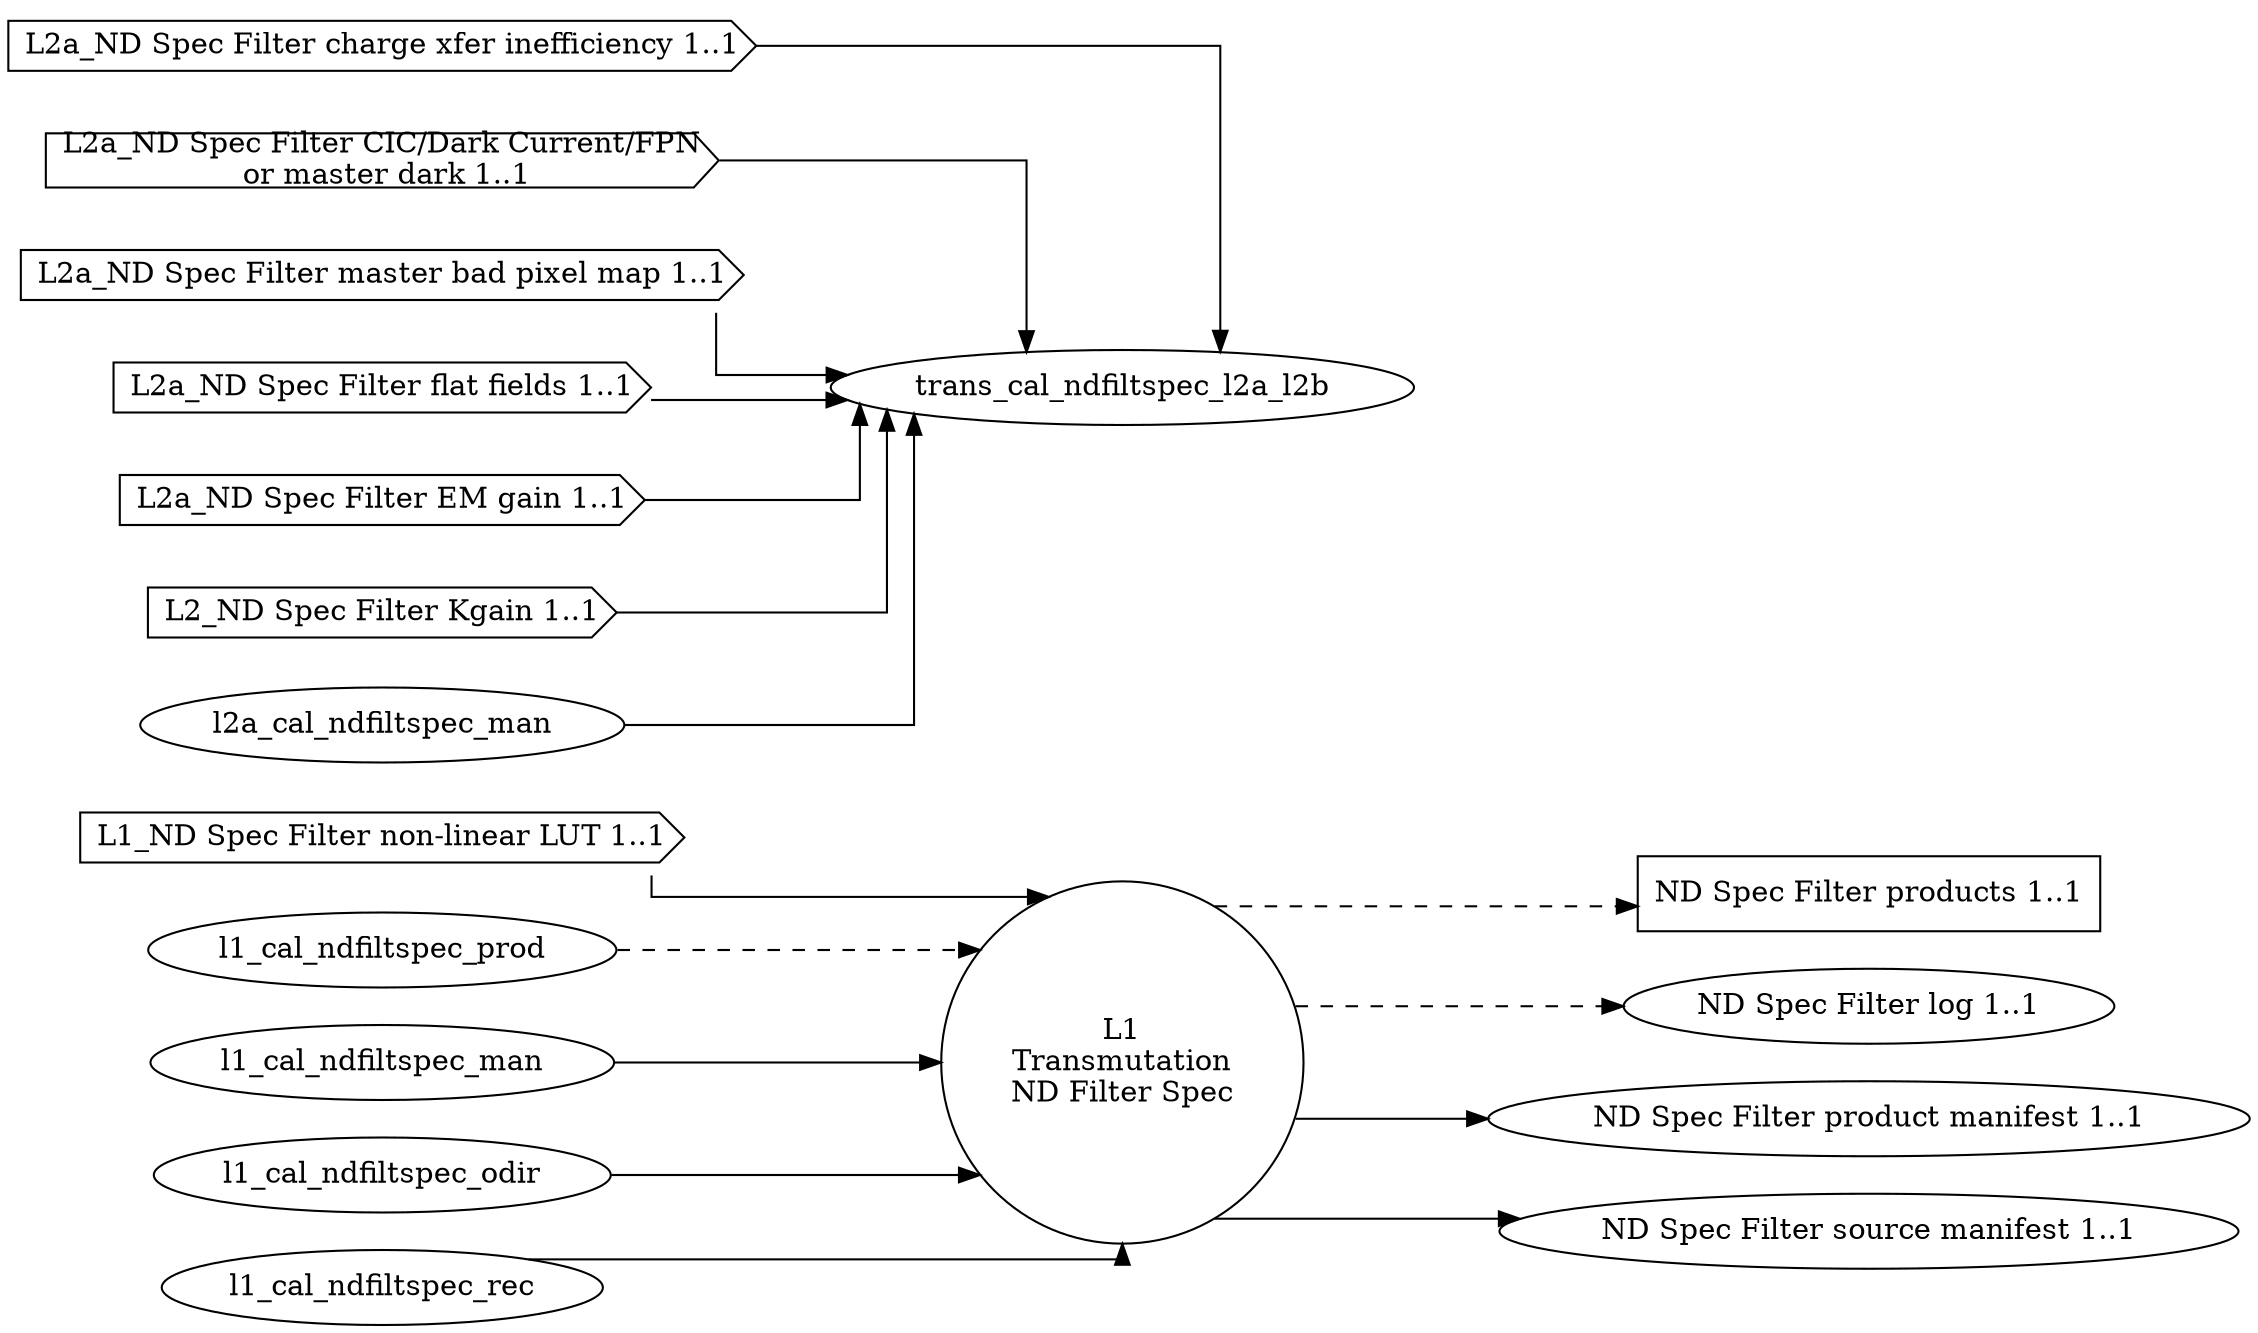
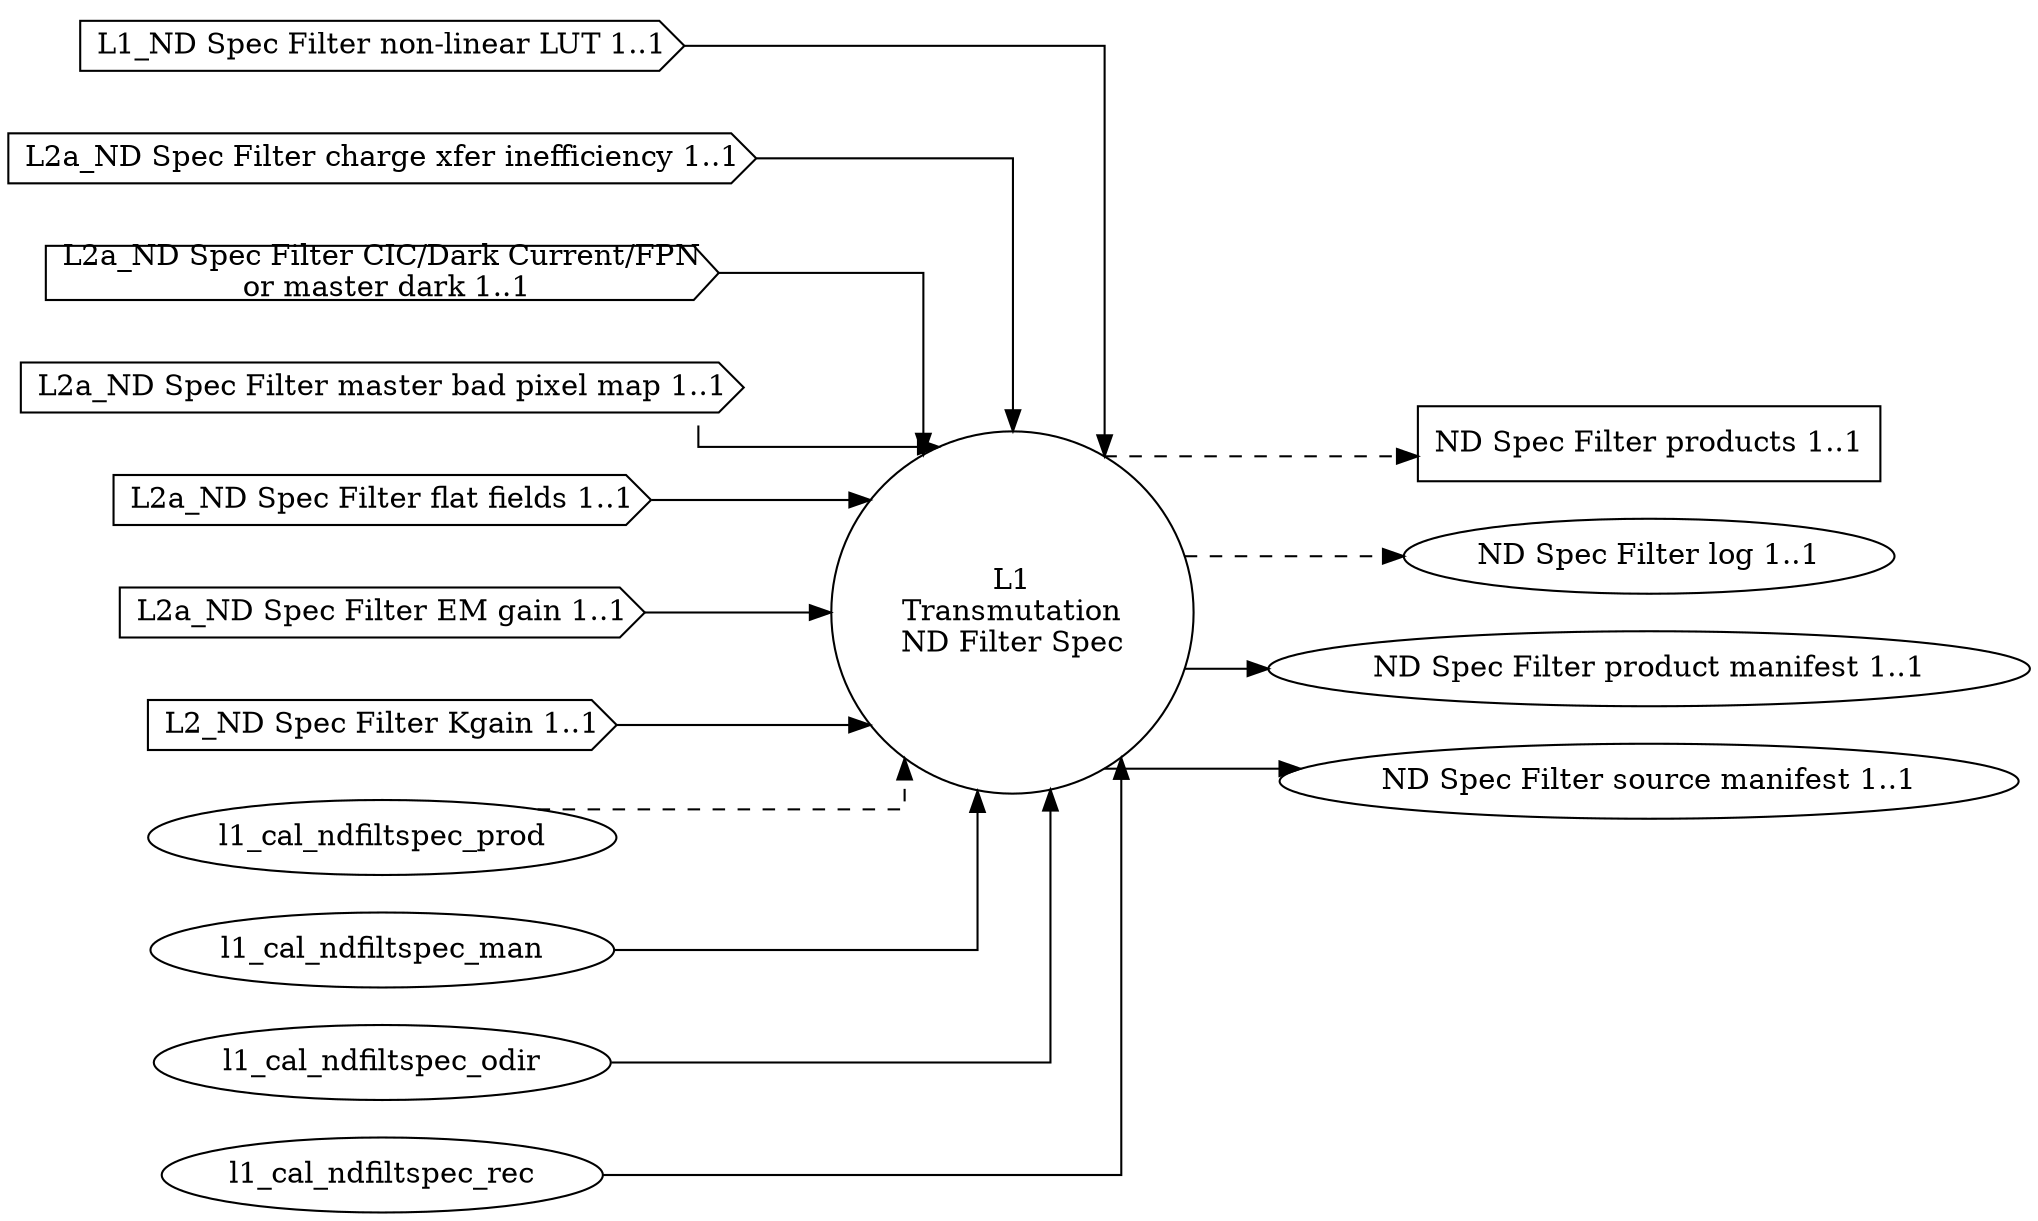
digraph NDSpecFilterCalibration {
    graph [splines="ortho", rankdir=LR];
    trans_cal_ndfiltspec [label="L1\nTransmutation\nND Filter Spec", shape="circle", runname="l1.transmutation_cal_ndfiltspec", runtype="dawgie.Algorithm", fsmtype="dip.base.Runner"];

    l1_cal_ndfiltspec_nllut [label="L1_ND Spec Filter non-linear LUT 1..1", shape="cds"];

    l2a_cal_ndfiltspec_cti [label="L2a_ND Spec Filter charge xfer inefficiency 1..1", shape="cds"];
    l2a_cal_ndfiltspec_dnb [label="L2a_ND Spec Filter CIC/Dark Current/FPN\n or master dark 1..1", shape="cds"];
    l2a_cal_ndfiltspec_mbpm [label="L2a_ND Spec Filter master bad pixel map 1..1", shape="cds"];
    l2a_cal_ndfiltspec_ff [label="L2a_ND Spec Filter flat fields 1..1", shape="cds"];
    l2a_cal_ndfiltspec_emg [label="L2a_ND Spec Filter EM gain 1..1", shape="cds"];
    l2a_cal_ndfiltspec_kgain [label="L2_ND Spec Filter Kgain 1..1", shape="cds"];

    cal_ndfiltspec_prod [label="ND Spec Filter products 1..1", shape="rectangle"];
    cal_ndfiltspec_log [label="ND Spec Filter log 1..1", shape="ellipse"];
    cal_ndfiltspec_man [label="ND Spec Filter product manifest 1..1", shape="ellipse", shape="ellipse", valname="l1.transmutation_cal_ndfiltspec.product.manifest", valtype="dip.base.Manifest"];
    cal_ndfiltspec_src [label="ND Spec Filter source manifest 1..1", shape="ellipse", shape="ellipse", valname="l1.transmutation_cal_ndfiltspec.source.manifest", valtype="dip.base.Manifest"];

    l1_cal_ndfiltspec_prod -> trans_cal_ndfiltspec [style="dashed"];
    l1_cal_ndfiltspec_man -> trans_cal_ndfiltspec;
    l1_cal_ndfiltspec_odir -> trans_cal_ndfiltspec;
    l1_cal_ndfiltspec_rec -> trans_cal_ndfiltspec;
    l1_cal_ndfiltspec_nllut -> trans_cal_ndfiltspec;

-     l2a_cal_ndfiltspec_kgain -> trans_cal_ndfiltspec_l2a_l2b;
-     l2a_cal_ndfiltspec_cti -> trans_cal_ndfiltspec_l2a_l2b;
-     l2a_cal_ndfiltspec_dnb -> trans_cal_ndfiltspec_l2a_l2b;
-     l2a_cal_ndfiltspec_mbpm -> trans_cal_ndfiltspec_l2a_l2b;
-     l2a_cal_ndfiltspec_ff -> trans_cal_ndfiltspec_l2a_l2b;
-     l2a_cal_ndfiltspec_emg -> trans_cal_ndfiltspec_l2a_l2b;
-     l2a_cal_ndfiltspec_man -> trans_cal_ndfiltspec_l2a_l2b;
+     l2a_cal_ndfiltspec_kgain -> trans_cal_ndfiltspec;
+     l2a_cal_ndfiltspec_cti -> trans_cal_ndfiltspec;
+     l2a_cal_ndfiltspec_dnb -> trans_cal_ndfiltspec;
+     l2a_cal_ndfiltspec_mbpm -> trans_cal_ndfiltspec;
+     l2a_cal_ndfiltspec_ff -> trans_cal_ndfiltspec;
+     l2a_cal_ndfiltspec_emg -> trans_cal_ndfiltspec;

    trans_cal_ndfiltspec -> cal_ndfiltspec_prod [style="dashed"];
    trans_cal_ndfiltspec -> cal_ndfiltspec_log [style="dashed"];
    trans_cal_ndfiltspec -> cal_ndfiltspec_man;
    trans_cal_ndfiltspec -> cal_ndfiltspec_src;
}
